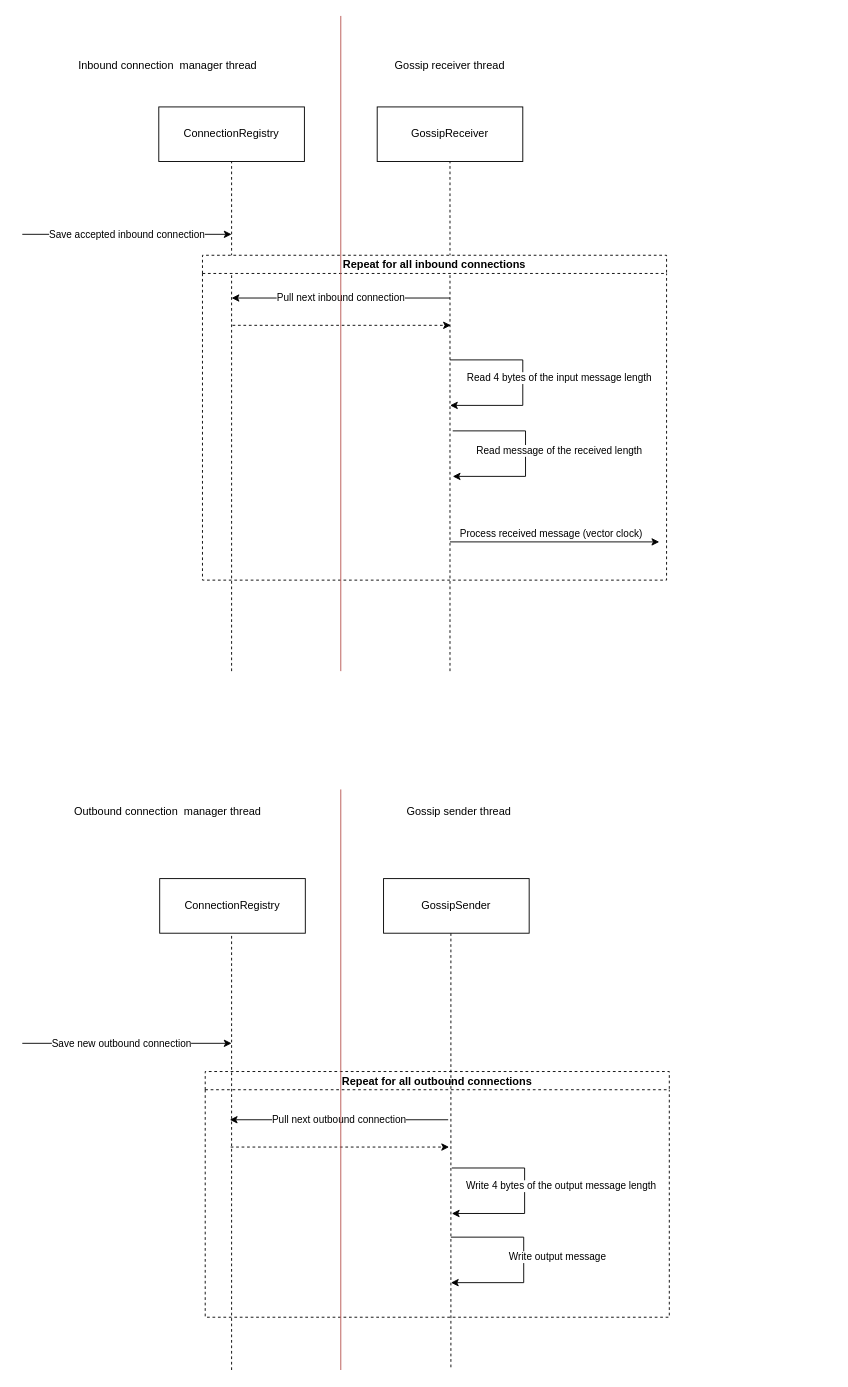
Above: overview.drawio in mvb131988/gossip-membership (draw.io), before the change. Source tidied: cells renumbered, new cells numbered last; positions are measured from the earlier drawing's top-left corner, leaving out a move shared by most shapes. Both pictures are drawn from the tidied source at 91%, with x=0, y=0 at pixel (22, 15).
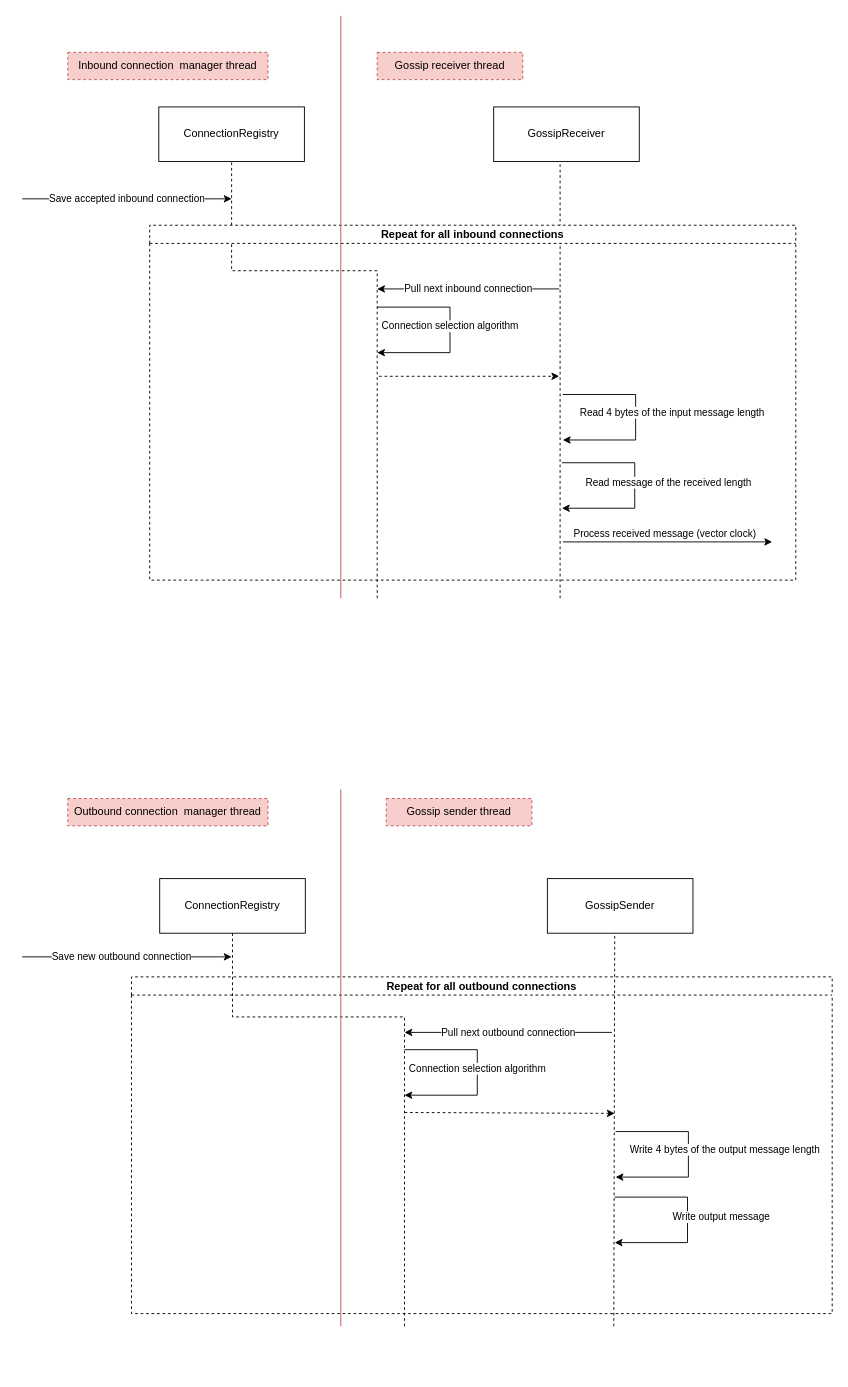
After the change.

Commit message (it also covers changes not shown here):
Gossip send and receive first attempt

The change refers to these unchanged cells:
```xml
<mxCell id="2" value="ConnectionRegistry" style="rounded=0;whiteSpace=wrap;html=1;" parent="1" vertex="1">
  <mxGeometry x="150" y="100" width="160" height="60" as="geometry" />
</mxCell>
<mxCell id="26" value="ConnectionRegistry" style="rounded=0;whiteSpace=wrap;html=1;" parent="1" vertex="1">
  <mxGeometry x="151" y="948" width="160" height="60" as="geometry" />
</mxCell>
```

The edit, as a diff of the source:
```diff
@@
     <mxCell id="3" style="endArrow=none;dashed=1;html=1;rounded=0;entryX=0.5;entryY=1;entryDx=0;entryDy=0;" parent="1" edge="1" target="2">
       <mxGeometry relative="1" as="geometry">
-        <mxPoint x="230" y="720" as="sourcePoint" />
+        <mxPoint x="390" y="640" as="sourcePoint" />
+        <Array as="points">
+          <mxPoint x="390" y="280" />
+          <mxPoint x="230" y="280" />
+        </Array>
       </mxGeometry>
     </mxCell>
     <mxCell id="4" value="Save accepted inbound connection" style="endArrow=classic;html=1;rounded=0;" parent="1" edge="1">
       <mxGeometry relative="1" as="geometry">
-        <mxPoint y="240" as="sourcePoint" />
-        <mxPoint x="230" y="240" as="targetPoint" />
+        <mxPoint y="201" as="sourcePoint" />
+        <mxPoint x="230" y="201" as="targetPoint" />
       </mxGeometry>
     </mxCell>
     <mxCell id="5" value="GossipReceiver" style="rounded=0;whiteSpace=wrap;html=1;" parent="1" vertex="1">
-      <mxGeometry x="390" y="100" width="160" height="60" as="geometry" />
+      <mxGeometry x="518" y="100" width="160" height="60" as="geometry" />
     </mxCell>
-    <mxCell id="6" style="endArrow=none;dashed=1;html=1;rounded=0;entryX=0.5;entryY=1;entryDx=0;entryDy=0;" parent="1" edge="1" target="5">
+    <mxCell id="6" style="endArrow=none;dashed=1;html=1;rounded=0;entryX=0.5;entryY=1;entryDx=0;entryDy=0;" parent="1" edge="1">
       <mxGeometry relative="1" as="geometry">
-        <mxPoint x="470" y="720" as="sourcePoint" />
+        <mxPoint x="591" y="640" as="sourcePoint" />
+        <mxPoint x="591" y="160" as="targetPoint" />
       </mxGeometry>
     </mxCell>
-    <mxCell id="7" value="Pull next inbound connection" style="endArrow=classic;html=1;rounded=0;" parent="1" edge="1">
-      <mxGeometry relative="1" as="geometry">
-        <mxPoint x="470" y="310" as="sourcePoint" />
-        <mxPoint x="230" y="310" as="targetPoint" />
-      </mxGeometry>
-    </mxCell>
     <mxCell id="8" style="endArrow=classic;html=1;rounded=0;dashed=1;" parent="1" edge="1">
       <mxGeometry relative="1" as="geometry">
-        <mxPoint x="231" y="340" as="sourcePoint" />
-        <mxPoint x="471" y="340" as="targetPoint" />
+        <mxPoint x="392" y="396" as="sourcePoint" />
+        <mxPoint x="590" y="396" as="targetPoint" />
       </mxGeometry>
     </mxCell>
     <mxCell id="9" value="Read 4 bytes of the input message length" style="endArrow=classic;html=1;rounded=0;" parent="1" edge="1">
       <mxGeometry x="-0.05" y="40" relative="1" as="geometry">
-        <mxPoint x="470" y="378" as="sourcePoint" />
-        <mxPoint x="470" y="428" as="targetPoint" />
+        <mxPoint x="594" y="416" as="sourcePoint" />
+        <mxPoint x="594" y="466" as="targetPoint" />
         <Array as="points">
-          <mxPoint x="550" y="378" />
-          <mxPoint x="550" y="428" />
+          <mxPoint x="674" y="416" />
+          <mxPoint x="674" y="466" />
         </Array>
       </mxGeometry>
     </mxCell>
     <mxCell id="10" value="Read message of the received length" style="endArrow=classic;html=1;rounded=0;" parent="1" edge="1">
       <mxGeometry x="-0.03" y="37" relative="1" as="geometry">
-        <mxPoint x="473" y="456" as="sourcePoint" />
-        <mxPoint x="473" y="506" as="targetPoint" />
+        <mxPoint x="593" y="491" as="sourcePoint" />
+        <mxPoint x="593" y="541" as="targetPoint" />
         <Array as="points">
-          <mxPoint x="553" y="456" />
-          <mxPoint x="553" y="506" />
+          <mxPoint x="673" y="491" />
+          <mxPoint x="673" y="541" />
         </Array>
       </mxGeometry>
     </mxCell>
     <mxCell id="11" style="endArrow=classic;html=1;rounded=0;" parent="1" edge="1">
       <mxGeometry relative="1" as="geometry">
-        <mxPoint x="470" y="578" as="sourcePoint" />
-        <mxPoint x="700" y="578" as="targetPoint" />
+        <mxPoint x="594" y="578" as="sourcePoint" />
+        <mxPoint x="824" y="578" as="targetPoint" />
       </mxGeometry>
     </mxCell>
     <mxCell id="12" value="Process received message (vector clock)" style="edgeLabel;html=1;align=center;verticalAlign=middle;" parent="11" vertex="1">
       <mxGeometry x="-0.21" y="-4" relative="1" as="geometry">
-        <mxPoint x="19" y="-14" as="offset" />
+        <mxPoint x="20" y="-14" as="offset" />
       </mxGeometry>
     </mxCell>
     <mxCell id="13" value="Repeat for all inbound connections" style="swimlane;startSize=20;dashed=1;" parent="1" vertex="1">
-      <mxGeometry x="198" y="263" width="510" height="357" as="geometry" />
+      <mxGeometry x="140" y="230" width="710" height="390" as="geometry" />
     </mxCell>
+    <mxCell id="30" value="Connection selection algorithm" style="endArrow=classic;html=1;rounded=0;" parent="13" edge="1">
+      <mxGeometry x="-0.04" relative="1" as="geometry">
+        <mxPoint x="250" y="90" as="sourcePoint" />
+        <mxPoint x="250" y="140" as="targetPoint" />
+        <Array as="points">
+          <mxPoint x="330" y="90" />
+          <mxPoint x="330" y="140" />
+        </Array>
+      </mxGeometry>
+    </mxCell>
+    <mxCell id="7" value="Pull next inbound connection" style="endArrow=classic;html=1;rounded=0;" parent="13" edge="1">
+      <mxGeometry relative="1" as="geometry">
+        <mxPoint x="450" y="70" as="sourcePoint" />
+        <mxPoint x="250" y="70" as="targetPoint" />
+      </mxGeometry>
+    </mxCell>
     <mxCell id="14" style="endArrow=none;html=1;rounded=0;fillColor=#f8cecc;strokeColor=#b85450;" parent="1" edge="1">
       <mxGeometry relative="1" as="geometry">
-        <mxPoint x="350" y="720" as="sourcePoint" />
+        <mxPoint x="350" y="640" as="sourcePoint" />
         <mxPoint x="350" as="targetPoint" />
       </mxGeometry>
     </mxCell>
     <mxCell id="15" value="Save new outbound connection" style="endArrow=classic;html=1;rounded=0;" parent="1" edge="1">
       <mxGeometry x="-0.05" relative="1" as="geometry">
-        <mxPoint y="1129" as="sourcePoint" />
-        <mxPoint x="230" y="1129" as="targetPoint" />
+        <mxPoint y="1034" as="sourcePoint" />
+        <mxPoint x="230" y="1034" as="targetPoint" />
       </mxGeometry>
     </mxCell>
     <mxCell id="16" value="Repeat for all outbound connections" style="swimlane;startSize=20;dashed=1;" parent="1" vertex="1">
-      <mxGeometry x="201" y="1160" width="510" height="270" as="geometry" />
+      <mxGeometry x="120" y="1056" width="770" height="370" as="geometry" />
     </mxCell>
+    <mxCell id="31" value="Connection selection algorithm" style="endArrow=classic;html=1;rounded=0;" parent="16" edge="1">
+      <mxGeometry x="-0.04" relative="1" as="geometry">
+        <mxPoint x="300" y="80" as="sourcePoint" />
+        <mxPoint x="300" y="130" as="targetPoint" />
+        <Array as="points">
+          <mxPoint x="380" y="80" />
+          <mxPoint x="380" y="130" />
+        </Array>
+      </mxGeometry>
+    </mxCell>
+    <mxCell id="18" style="endArrow=classic;html=1;rounded=0;dashed=1;" parent="16" edge="1">
+      <mxGeometry relative="1" as="geometry">
+        <mxPoint x="300" y="149" as="sourcePoint" />
+        <mxPoint x="531" y="150" as="targetPoint" />
+      </mxGeometry>
+    </mxCell>
     <mxCell id="17" value="Pull next outbound connection" style="endArrow=classic;html=1;rounded=0;" parent="1" edge="1">
       <mxGeometry relative="1" as="geometry">
-        <mxPoint x="468" y="1213" as="sourcePoint" />
-        <mxPoint x="228" y="1213" as="targetPoint" />
+        <mxPoint x="648" y="1117" as="sourcePoint" />
+        <mxPoint x="420" y="1117" as="targetPoint" />
       </mxGeometry>
     </mxCell>
-    <mxCell id="18" style="endArrow=classic;html=1;rounded=0;dashed=1;" parent="1" edge="1">
-      <mxGeometry relative="1" as="geometry">
-        <mxPoint x="229" y="1243" as="sourcePoint" />
-        <mxPoint x="469" y="1243" as="targetPoint" />
-      </mxGeometry>
-    </mxCell>
     <mxCell id="19" value="Write 4 bytes of the output message length" style="endArrow=classic;html=1;rounded=0;" parent="1" edge="1">
       <mxGeometry x="-0.05" y="40" relative="1" as="geometry">
-        <mxPoint x="472" y="1266" as="sourcePoint" />
-        <mxPoint x="472" y="1316" as="targetPoint" />
+        <mxPoint x="652" y="1226" as="sourcePoint" />
+        <mxPoint x="652" y="1276" as="targetPoint" />
         <Array as="points">
-          <mxPoint x="552" y="1266" />
-          <mxPoint x="552" y="1316" />
+          <mxPoint x="732" y="1226" />
+          <mxPoint x="732" y="1276" />
         </Array>
       </mxGeometry>
     </mxCell>
     <mxCell id="20" value="Write output message" style="endArrow=classic;html=1;rounded=0;" parent="1" edge="1">
       <mxGeometry x="-0.03" y="37" relative="1" as="geometry">
-        <mxPoint x="471" y="1342" as="sourcePoint" />
-        <mxPoint x="471" y="1392" as="targetPoint" />
+        <mxPoint x="651" y="1298" as="sourcePoint" />
+        <mxPoint x="651" y="1348" as="targetPoint" />
         <Array as="points">
-          <mxPoint x="551" y="1342" />
-          <mxPoint x="551" y="1392" />
+          <mxPoint x="731" y="1298" />
+          <mxPoint x="731" y="1348" />
         </Array>
       </mxGeometry>
     </mxCell>
-    <mxCell id="21" value="Inbound connection&amp;nbsp; manager thread" style="text;html=1;strokeColor=none;fillColor=none;align=center;verticalAlign=middle;whiteSpace=wrap;rounded=0;dashed=1;" parent="1" vertex="1">
+    <mxCell id="21" value="Inbound connection&amp;nbsp; manager thread" style="text;html=1;strokeColor=#b85450;fillColor=#f8cecc;align=center;verticalAlign=middle;whiteSpace=wrap;rounded=0;dashed=1;" parent="1" vertex="1">
       <mxGeometry x="50" y="40" width="220" height="30" as="geometry" />
     </mxCell>
-    <mxCell id="22" value="Gossip receiver thread" style="text;html=1;strokeColor=none;fillColor=none;align=center;verticalAlign=middle;whiteSpace=wrap;rounded=0;dashed=1;" parent="1" vertex="1">
+    <mxCell id="22" value="Gossip receiver thread" style="text;html=1;strokeColor=#b85450;fillColor=#f8cecc;align=center;verticalAlign=middle;whiteSpace=wrap;rounded=0;dashed=1;" parent="1" vertex="1">
       <mxGeometry x="390" y="40" width="160" height="30" as="geometry" />
     </mxCell>
-    <mxCell id="23" style="endArrow=none;dashed=1;html=1;rounded=0;" parent="1" edge="1">
+    <mxCell id="23" style="endArrow=none;dashed=1;html=1;rounded=0;entryX=0.5;entryY=1;entryDx=0;entryDy=0;" parent="1" edge="1" target="26">
       <mxGeometry relative="1" as="geometry">
-        <mxPoint x="230" y="1488" as="sourcePoint" />
-        <mxPoint x="230" y="1008" as="targetPoint" />
+        <mxPoint x="420" y="1440" as="sourcePoint" />
+        <Array as="points">
+          <mxPoint x="420" y="1100" />
+          <mxPoint x="231" y="1100" />
+        </Array>
       </mxGeometry>
     </mxCell>
     <mxCell id="24" style="endArrow=none;dashed=1;html=1;rounded=0;" parent="1" edge="1">
       <mxGeometry relative="1" as="geometry">
-        <mxPoint x="471" y="1485" as="sourcePoint" />
-        <mxPoint x="471" y="1005" as="targetPoint" />
+        <mxPoint x="650" y="1440" as="sourcePoint" />
+        <mxPoint x="651" y="1005" as="targetPoint" />
       </mxGeometry>
     </mxCell>
     <mxCell id="25" style="endArrow=none;html=1;rounded=0;fillColor=#f8cecc;strokeColor=#b85450;" parent="1" edge="1">
       <mxGeometry relative="1" as="geometry">
-        <mxPoint x="350" y="1488" as="sourcePoint" />
+        <mxPoint x="350" y="1440" as="sourcePoint" />
         <mxPoint x="350" y="850" as="targetPoint" />
       </mxGeometry>
     </mxCell>
@@
     <mxCell id="27" value="GossipSender" style="rounded=0;whiteSpace=wrap;html=1;" parent="1" vertex="1">
-      <mxGeometry x="397" y="948" width="160" height="60" as="geometry" />
+      <mxGeometry x="577" y="948" width="160" height="60" as="geometry" />
     </mxCell>
-    <mxCell id="28" value="Outbound connection&amp;nbsp; manager thread" style="text;html=1;strokeColor=none;fillColor=none;align=center;verticalAlign=middle;whiteSpace=wrap;rounded=0;dashed=1;" parent="1" vertex="1">
+    <mxCell id="28" value="Outbound connection&amp;nbsp; manager thread" style="text;html=1;strokeColor=#b85450;fillColor=#f8cecc;align=center;verticalAlign=middle;whiteSpace=wrap;rounded=0;dashed=1;" parent="1" vertex="1">
       <mxGeometry x="50" y="860" width="220" height="30" as="geometry" />
     </mxCell>
-    <mxCell id="29" value="Gossip sender thread" style="text;html=1;strokeColor=none;fillColor=none;align=center;verticalAlign=middle;whiteSpace=wrap;rounded=0;dashed=1;" parent="1" vertex="1">
+    <mxCell id="29" value="Gossip sender thread" style="text;html=1;strokeColor=#b85450;fillColor=#f8cecc;align=center;verticalAlign=middle;whiteSpace=wrap;rounded=0;dashed=1;" parent="1" vertex="1">
       <mxGeometry x="400" y="860" width="160" height="30" as="geometry" />
     </mxCell>
```
